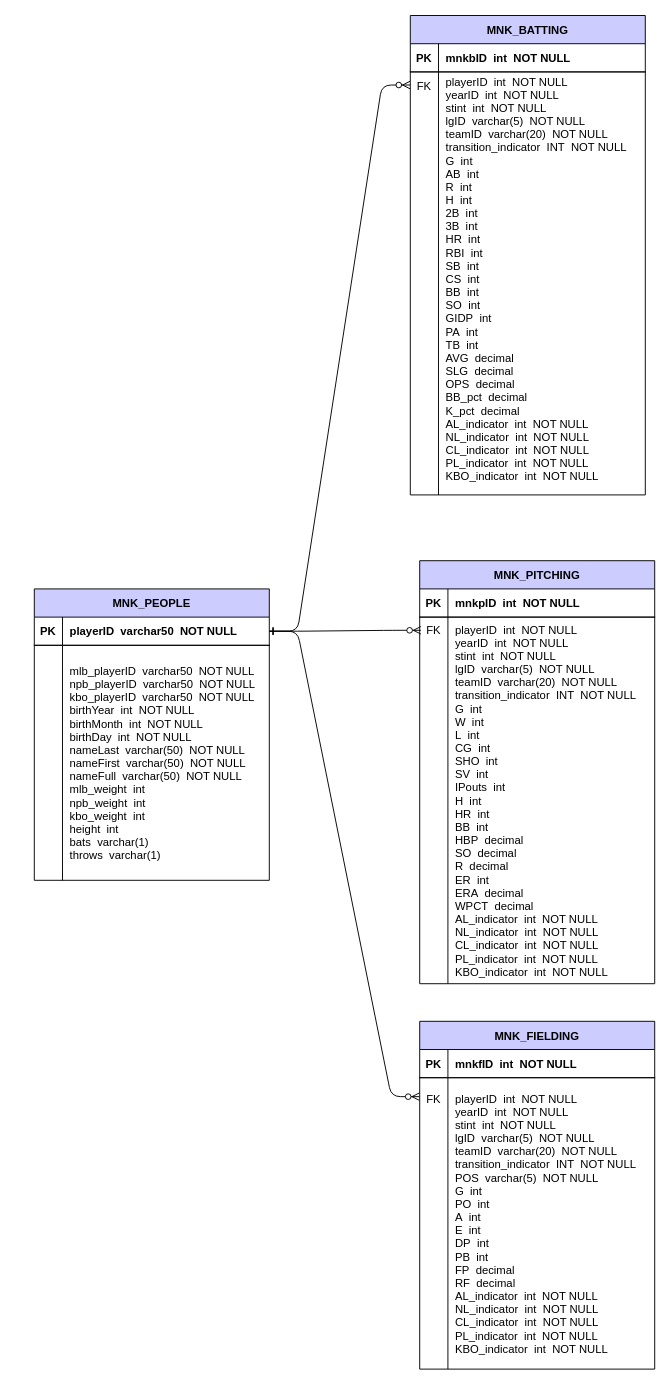
eaegerber/kbo_npb_project keeps this draw.io diagram as MNK_merged/ERD_final.drawio. Above is the earlier version. Source tidied: cells renumbered, new cells numbered last; positions are measured from the earlier drawing's top-left corner, leaving out a move shared by most shapes. Both pictures are drawn from the tidied source at 94%, with x=0, y=0 at pixel (34, 15).
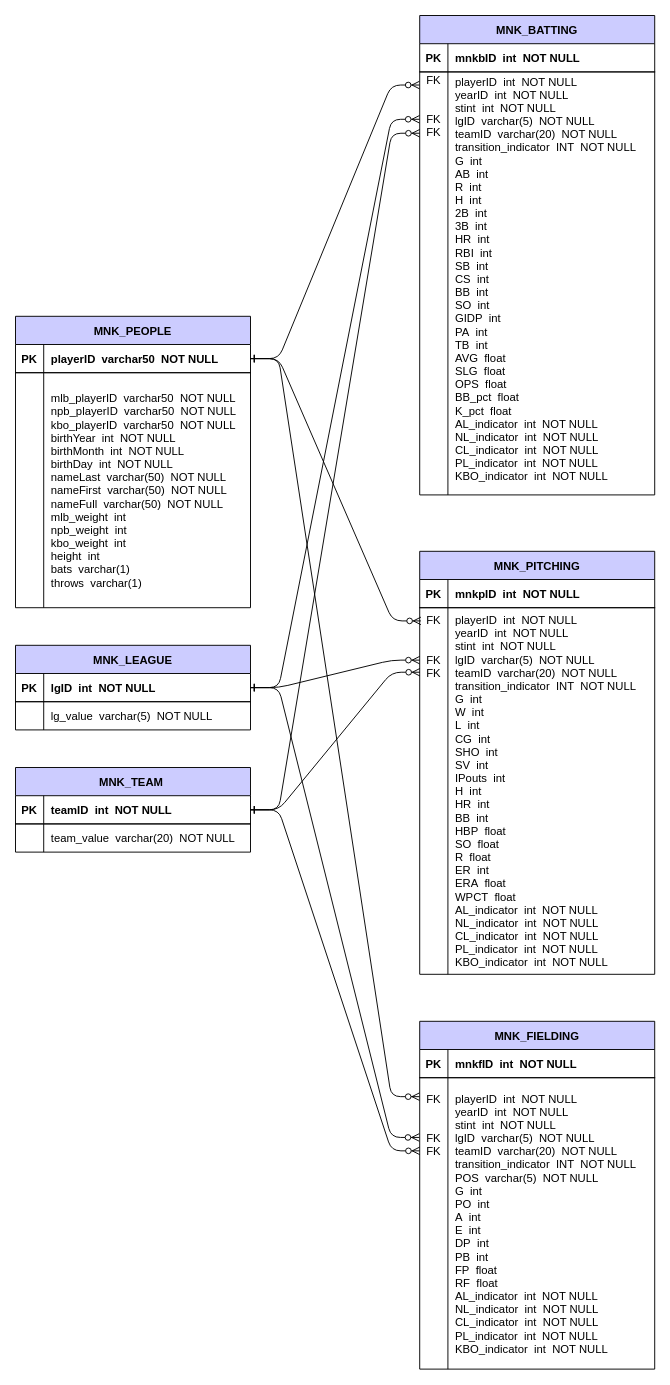
Above is the later version.

The change refers to these unchanged cells:
```xml
<mxCell id="9" style="shape=partialRectangle;fillColor=none;points=[[0,0.5],[1,0.5]];portConstraint=eastwest;top=0;left=0;right=0;bottom=0;" parent="5" vertex="1">
  <mxGeometry y="60" width="250" height="450" as="geometry" />
</mxCell>
<mxCell id="17" style="shape=partialRectangle;fillColor=none;points=[[0,0.5],[1,0.5]];portConstraint=eastwest;top=0;left=0;right=0;bottom=0;" parent="13" vertex="1">
  <mxGeometry y="60" width="250" height="390" as="geometry" />
</mxCell>
<mxCell id="24" style="shape=partialRectangle;fillColor=none;points=[[0,0.5],[1,0.5]];portConstraint=eastwest;top=0;left=0;right=0;bottom=0;" parent="20" vertex="1">
  <mxGeometry y="60" width="250" height="310" as="geometry" />
</mxCell>
```

What changed in the source:
```diff
@@
     <mxCell id="5" value="MNK_BATTING" style="shape=table;startSize=30;childLayout=tableLayout;rowLines=5;fontStyle=1;align=center;fillColor=#CCCCFF;" parent="1" vertex="1">
-      <mxGeometry x="400" width="250" height="510" as="geometry" />
+      <mxGeometry x="410" width="250" height="510" as="geometry" />
     </mxCell>
@@
-    <mxCell id="10" value="FK&#10;&#10;&#10;&#10;&#10;&#10;&#10;&#10;&#10;&#10;&#10;&#10;&#10;&#10;&#10;&#10;&#10;&#10;&#10;&#10;&#10;&#10;&#10;&#10;&#10;&#10;&#10;&#10;&#10;&#10;" style="shape=partialRectangle;overflow=hidden;fillColor=none;top=0;left=0;bottom=0;right=0;" parent="9" vertex="1">
+    <mxCell id="10" value="FK&#10;&#10;&#10;FK&#10;FK&#10;&#10;&#10;&#10;&#10;&#10;&#10;&#10;&#10;&#10;&#10;&#10;&#10;&#10;&#10;&#10;&#10;&#10;&#10;&#10;&#10;&#10;&#10;&#10;&#10;&#10;&#10;" style="shape=partialRectangle;overflow=hidden;fillColor=none;top=0;left=0;bottom=0;right=0;" parent="9" vertex="1">
       <mxGeometry width="30" height="450" as="geometry" />
     </mxCell>
@@
     <mxCell id="13" value="MNK_PITCHING" style="shape=table;startSize=30;childLayout=tableLayout;rowLines=5;fontStyle=1;align=center;fillColor=#CCCCFF;" parent="1" vertex="1">
-      <mxGeometry x="410" y="580" width="250" height="450" as="geometry" />
+      <mxGeometry x="410" y="570" width="250" height="450" as="geometry" />
     </mxCell>
@@
-    <mxCell id="18" value="FK&#10;&#10;&#10;&#10;&#10;&#10;&#10;&#10;&#10;&#10;&#10;&#10;&#10;&#10;&#10;&#10;&#10;&#10;&#10;&#10;&#10;&#10;&#10;&#10;&#10;&#10;" style="shape=partialRectangle;overflow=hidden;fillColor=none;top=0;left=0;bottom=0;right=0;" parent="17" vertex="1">
+    <mxCell id="18" value="FK&#10;&#10;&#10;FK&#10;FK&#10;&#10;&#10;&#10;&#10;&#10;&#10;&#10;&#10;&#10;&#10;&#10;&#10;&#10;&#10;&#10;&#10;&#10;&#10;&#10;&#10;&#10;" style="shape=partialRectangle;overflow=hidden;fillColor=none;top=0;left=0;bottom=0;right=0;" parent="17" vertex="1">
       <mxGeometry width="30" height="390" as="geometry" />
     </mxCell>
@@
-    <mxCell id="25" value="FK&#10;&#10;&#10;&#10;&#10;&#10;&#10;&#10;&#10;&#10;&#10;&#10;&#10;&#10;&#10;&#10;&#10;&#10;&#10;" style="shape=partialRectangle;overflow=hidden;fillColor=none;top=0;left=0;bottom=0;right=0;" parent="24" vertex="1">
+    <mxCell id="25" value="FK&#10;&#10;&#10;FK&#10;FK&#10;&#10;&#10;&#10;&#10;&#10;&#10;&#10;&#10;&#10;&#10;&#10;&#10;&#10;&#10;" style="shape=partialRectangle;overflow=hidden;fillColor=none;top=0;left=0;bottom=0;right=0;" parent="24" vertex="1">
       <mxGeometry width="30" height="310" as="geometry" />
     </mxCell>
-    <mxCell id="26" value="playerID  int  NOT NULL&#10;yearID  int  NOT NULL&#10;stint  int  NOT NULL&#10;lgID  varchar(5)  NOT NULL&#10;teamID  varchar(20)  NOT NULL&#10;transition_indicator  INT  NOT NULL&#10;POS  varchar(5)  NOT NULL&#10;G  int&#10;PO  int&#10;A  int&#10;E  int&#10;DP  int&#10;PB  int&#10;FP  decimal&#10;RF  decimal&#10;AL_indicator  int  NOT NULL&#10;NL_indicator  int  NOT NULL&#10;CL_indicator  int  NOT NULL&#10;PL_indicator  int  NOT NULL&#10;KBO_indicator  int  NOT NULL" style="shape=partialRectangle;overflow=hidden;fillColor=none;top=0;left=0;bottom=0;right=0;align=left;spacingLeft=6;" parent="24" vertex="1">
+    <mxCell id="26" value="playerID  int  NOT NULL&#10;yearID  int  NOT NULL&#10;stint  int  NOT NULL&#10;lgID  varchar(5)  NOT NULL&#10;teamID  varchar(20)  NOT NULL&#10;transition_indicator  INT  NOT NULL&#10;POS  varchar(5)  NOT NULL&#10;G  int&#10;PO  int&#10;A  int&#10;E  int&#10;DP  int&#10;PB  int&#10;FP  float&#10;RF  float&#10;AL_indicator  int  NOT NULL&#10;NL_indicator  int  NOT NULL&#10;CL_indicator  int  NOT NULL&#10;PL_indicator  int  NOT NULL&#10;KBO_indicator  int  NOT NULL" style="shape=partialRectangle;overflow=hidden;fillColor=none;top=0;left=0;bottom=0;right=0;align=left;spacingLeft=6;" parent="24" vertex="1">
       <mxGeometry x="30" width="220" height="310" as="geometry" />
     </mxCell>
@@
-    <mxCell id="28" value="playerID  int  NOT NULL&#10;yearID  int  NOT NULL&#10;stint  int  NOT NULL&#10;lgID  varchar(5)  NOT NULL&#10;teamID  varchar(20)  NOT NULL&#10;transition_indicator  INT  NOT NULL&#10;G  int&#10;W  int&#10;L  int&#10;CG  int&#10;SHO  int&#10;SV  int&#10;IPouts  int&#10;H  int&#10;HR  int&#10;BB  int&#10;HBP  decimal&#10;SO  decimal&#10;R  decimal&#10;ER  int&#10;ERA  decimal&#10;WPCT  decimal&#10;AL_indicator  int  NOT NULL&#10;NL_indicator  int  NOT NULL&#10;CL_indicator  int  NOT NULL&#10;PL_indicator  int  NOT NULL&#10;KBO_indicator  int  NOT NULL" style="shape=partialRectangle;overflow=hidden;fillColor=none;top=0;left=0;bottom=0;right=0;align=left;spacingLeft=6;" parent="1" vertex="1">
-      <mxGeometry x="440" y="640" width="220" height="390" as="geometry" />
+    <mxCell id="28" value="playerID  int  NOT NULL&#10;yearID  int  NOT NULL&#10;stint  int  NOT NULL&#10;lgID  varchar(5)  NOT NULL&#10;teamID  varchar(20)  NOT NULL&#10;transition_indicator  INT  NOT NULL&#10;G  int&#10;W  int&#10;L  int&#10;CG  int&#10;SHO  int&#10;SV  int&#10;IPouts  int&#10;H  int&#10;HR  int&#10;BB  int&#10;HBP  float&#10;SO  float&#10;R  float&#10;ER  int&#10;ERA  float&#10;WPCT  float&#10;AL_indicator  int  NOT NULL&#10;NL_indicator  int  NOT NULL&#10;CL_indicator  int  NOT NULL&#10;PL_indicator  int  NOT NULL&#10;KBO_indicator  int  NOT NULL" style="shape=partialRectangle;overflow=hidden;fillColor=none;top=0;left=0;bottom=0;right=0;align=left;spacingLeft=6;" parent="1" vertex="1">
+      <mxGeometry x="440" y="630" width="220" height="390" as="geometry" />
     </mxCell>
-    <mxCell id="29" value="playerID  int  NOT NULL&#10;yearID  int  NOT NULL&#10;stint  int  NOT NULL&#10;lgID  varchar(5)  NOT NULL&#10;teamID  varchar(20)  NOT NULL&#10;transition_indicator  INT  NOT NULL&#10;G  int&#10;AB  int&#10;R  int&#10;H  int&#10;2B  int&#10;3B  int&#10;HR  int&#10;RBI  int&#10;SB  int&#10;CS  int&#10;BB  int&#10;SO  int&#10;GIDP  int&#10;PA  int&#10;TB  int&#10;AVG  decimal&#10;SLG  decimal&#10;OPS  decimal&#10;BB_pct  decimal &#10;K_pct  decimal&#10;AL_indicator  int  NOT NULL&#10;NL_indicator  int  NOT NULL&#10;CL_indicator  int  NOT NULL&#10;PL_indicator  int  NOT NULL&#10;KBO_indicator  int  NOT NULL" style="shape=partialRectangle;overflow=hidden;fillColor=none;top=0;left=0;bottom=0;right=0;align=left;spacingLeft=6;" parent="1" vertex="1">
-      <mxGeometry x="430" y="60" width="220" height="440" as="geometry" />
+    <mxCell id="29" value="playerID  int  NOT NULL&#10;yearID  int  NOT NULL&#10;stint  int  NOT NULL&#10;lgID  varchar(5)  NOT NULL&#10;teamID  varchar(20)  NOT NULL&#10;transition_indicator  INT  NOT NULL&#10;G  int&#10;AB  int&#10;R  int&#10;H  int&#10;2B  int&#10;3B  int&#10;HR  int&#10;RBI  int&#10;SB  int&#10;CS  int&#10;BB  int&#10;SO  int&#10;GIDP  int&#10;PA  int&#10;TB  int&#10;AVG  float&#10;SLG  float&#10;OPS  float&#10;BB_pct  float&#10;K_pct  float&#10;AL_indicator  int  NOT NULL&#10;NL_indicator  int  NOT NULL&#10;CL_indicator  int  NOT NULL&#10;PL_indicator  int  NOT NULL&#10;KBO_indicator  int  NOT NULL" style="shape=partialRectangle;overflow=hidden;fillColor=none;top=0;left=0;bottom=0;right=0;align=left;spacingLeft=6;" parent="1" vertex="1">
+      <mxGeometry x="440" y="60" width="220" height="440" as="geometry" />
     </mxCell>
     <mxCell id="30" value="MNK_PEOPLE" style="shape=table;startSize=30;childLayout=tableLayout;rowLines=5;fontStyle=1;align=center;fillColor=#CCCCFF;" parent="1" vertex="1">
-      <mxGeometry y="610" width="250" height="310" as="geometry" />
+      <mxGeometry x="-20" y="320" width="250" height="310" as="geometry" />
     </mxCell>
@@
+    <mxCell id="38" value="MNK_LEAGUE" style="shape=table;startSize=30;childLayout=tableLayout;rowLines=5;fontStyle=1;align=center;fillColor=#CCCCFF;" parent="1" vertex="1">
+      <mxGeometry x="-20" y="670" width="250" height="90" as="geometry" />
+    </mxCell>
+    <mxCell id="39" style="shape=partialRectangle;fillColor=none;points=[[0,0.5],[1,0.5]];portConstraint=eastwest;top=0;left=0;right=0;bottom=1;" parent="38" vertex="1">
+      <mxGeometry y="30" width="250" height="30" as="geometry" />
+    </mxCell>
+    <mxCell id="40" value="PK" style="shape=partialRectangle;overflow=hidden;fillColor=none;top=0;left=0;bottom=0;right=0;fontStyle=1;" parent="39" vertex="1">
+      <mxGeometry width="30" height="30" as="geometry" />
+    </mxCell>
+    <mxCell id="41" value="lgID  int  NOT NULL" style="shape=partialRectangle;overflow=hidden;fillColor=none;top=0;left=0;bottom=0;right=0;align=left;spacingLeft=6;fontStyle=1;" parent="39" vertex="1">
+      <mxGeometry x="30" width="220" height="30" as="geometry" />
+    </mxCell>
+    <mxCell id="42" style="shape=partialRectangle;fillColor=none;top=0;left=0;right=0;bottom=0;" parent="38" vertex="1">
+      <mxGeometry y="60" width="250" height="30" as="geometry" />
+    </mxCell>
+    <mxCell id="43" style="shape=partialRectangle;overflow=hidden;fillColor=none;top=0;left=0;bottom=0;right=0;" parent="42" vertex="1">
+      <mxGeometry width="30" height="30" as="geometry" />
+    </mxCell>
+    <mxCell id="44" value="lg_value  varchar(5)  NOT NULL" style="shape=partialRectangle;overflow=hidden;fillColor=none;top=0;left=0;bottom=0;right=0;align=left;spacingLeft=6;" parent="42" vertex="1">
+      <mxGeometry x="30" width="220" height="30" as="geometry" />
+    </mxCell>
+    <mxCell id="45" value="MNK_TEAM " style="shape=table;startSize=30;childLayout=tableLayout;rowLines=5;fontStyle=1;align=center;fillColor=#CCCCFF;" parent="1" vertex="1">
+      <mxGeometry x="-20" y="800" width="250" height="90" as="geometry" />
+    </mxCell>
+    <mxCell id="46" style="shape=partialRectangle;fillColor=none;points=[[0,0.5],[1,0.5]];portConstraint=eastwest;top=0;left=0;right=0;bottom=1;" parent="45" vertex="1">
+      <mxGeometry y="30" width="250" height="30" as="geometry" />
+    </mxCell>
+    <mxCell id="47" value="PK" style="shape=partialRectangle;overflow=hidden;fillColor=none;top=0;left=0;bottom=0;right=0;fontStyle=1;" parent="46" vertex="1">
+      <mxGeometry width="30" height="30" as="geometry" />
+    </mxCell>
+    <mxCell id="48" value="teamID  int  NOT NULL" style="shape=partialRectangle;overflow=hidden;fillColor=none;top=0;left=0;bottom=0;right=0;align=left;spacingLeft=6;fontStyle=1;" parent="46" vertex="1">
+      <mxGeometry x="30" width="220" height="30" as="geometry" />
+    </mxCell>
+    <mxCell id="49" style="shape=partialRectangle;fillColor=none;top=0;left=0;right=0;bottom=0;" parent="45" vertex="1">
+      <mxGeometry y="60" width="250" height="30" as="geometry" />
+    </mxCell>
+    <mxCell id="50" style="shape=partialRectangle;overflow=hidden;fillColor=none;top=0;left=0;bottom=0;right=0;" parent="49" vertex="1">
+      <mxGeometry width="30" height="30" as="geometry" />
+    </mxCell>
+    <mxCell id="51" value="team_value  varchar(20)  NOT NULL" style="shape=partialRectangle;overflow=hidden;fillColor=none;top=0;left=0;bottom=0;right=0;align=left;spacingLeft=6;" parent="49" vertex="1">
+      <mxGeometry x="30" width="220" height="30" as="geometry" />
+    </mxCell>
+    <mxCell id="52" style="edgeStyle=entityRelationEdgeStyle;endArrow=ERzeroToMany;startArrow=ERone;endFill=1;startFill=0;exitX=1;exitY=0.5;exitDx=0;exitDy=0;entryX=-0.001;entryY=0.112;entryDx=0;entryDy=0;entryPerimeter=0;" parent="1" edge="1" source="39" target="9">
+      <mxGeometry relative="1" as="geometry">
+        <Array as="points">
+          <mxPoint x="300" y="965" />
+          <mxPoint x="364" y="507.5" />
+          <mxPoint x="370" y="315" />
+          <mxPoint x="364" y="567.5" />
+        </Array>
+      </mxGeometry>
+    </mxCell>
+    <mxCell id="53" style="edgeStyle=entityRelationEdgeStyle;endArrow=ERzeroToMany;startArrow=ERone;endFill=1;startFill=0;exitX=1;exitY=0.5;exitDx=0;exitDy=0;entryX=0;entryY=0.145;entryDx=0;entryDy=0;entryPerimeter=0;" parent="1" edge="1" source="46" target="9">
+      <mxGeometry relative="1" as="geometry">
+        <Array as="points">
+          <mxPoint x="315" y="1062" />
+          <mxPoint x="379" y="604.5" />
+          <mxPoint x="385" y="412" />
+          <mxPoint x="379" y="664.5" />
+        </Array>
+      </mxGeometry>
+    </mxCell>
+    <mxCell id="54" style="edgeStyle=entityRelationEdgeStyle;endArrow=ERzeroToMany;startArrow=ERone;endFill=1;startFill=0;exitX=1;exitY=0.5;exitDx=0;exitDy=0;entryX=0;entryY=0.143;entryDx=0;entryDy=0;entryPerimeter=0;" parent="1" edge="1" source="39" target="17">
+      <mxGeometry relative="1" as="geometry">
+        <Array as="points">
+          <mxPoint x="310" y="975" />
+          <mxPoint x="374" y="517.5" />
+          <mxPoint x="380" y="325" />
+          <mxPoint x="374" y="577.5" />
+        </Array>
+      </mxGeometry>
+    </mxCell>
+    <mxCell id="55" style="edgeStyle=entityRelationEdgeStyle;endArrow=ERzeroToMany;startArrow=ERone;endFill=1;startFill=0;entryX=0.001;entryY=0.176;entryDx=0;entryDy=0;entryPerimeter=0;exitX=1;exitY=0.5;exitDx=0;exitDy=0;" parent="1" edge="1" source="46" target="17">
+      <mxGeometry relative="1" as="geometry">
+        <Array as="points">
+          <mxPoint x="320" y="985" />
+          <mxPoint x="384" y="527.5" />
+          <mxPoint x="390" y="335" />
+          <mxPoint x="384" y="587.5" />
+        </Array>
+      </mxGeometry>
+    </mxCell>
+    <mxCell id="56" style="edgeStyle=entityRelationEdgeStyle;endArrow=ERzeroToMany;startArrow=ERone;endFill=1;startFill=0;exitX=1;exitY=0.5;exitDx=0;exitDy=0;entryX=-0.002;entryY=0.205;entryDx=0;entryDy=0;entryPerimeter=0;" parent="1" edge="1" source="39" target="24">
+      <mxGeometry relative="1" as="geometry">
+        <Array as="points">
+          <mxPoint x="320" y="975" />
+          <mxPoint x="384" y="517.5" />
+          <mxPoint x="390" y="325" />
+          <mxPoint x="384" y="577.5" />
+        </Array>
+      </mxGeometry>
+    </mxCell>
+    <mxCell id="57" style="edgeStyle=entityRelationEdgeStyle;endArrow=ERzeroToMany;startArrow=ERone;endFill=1;startFill=0;exitX=1;exitY=0.5;exitDx=0;exitDy=0;entryX=0;entryY=0.251;entryDx=0;entryDy=0;entryPerimeter=0;" parent="1" edge="1" source="46" target="24">
+      <mxGeometry relative="1" as="geometry">
+        <Array as="points">
+          <mxPoint x="330" y="1120" />
+          <mxPoint x="394" y="662.5" />
+          <mxPoint x="400" y="470" />
+          <mxPoint x="394" y="722.5" />
+        </Array>
+      </mxGeometry>
+    </mxCell>
```
